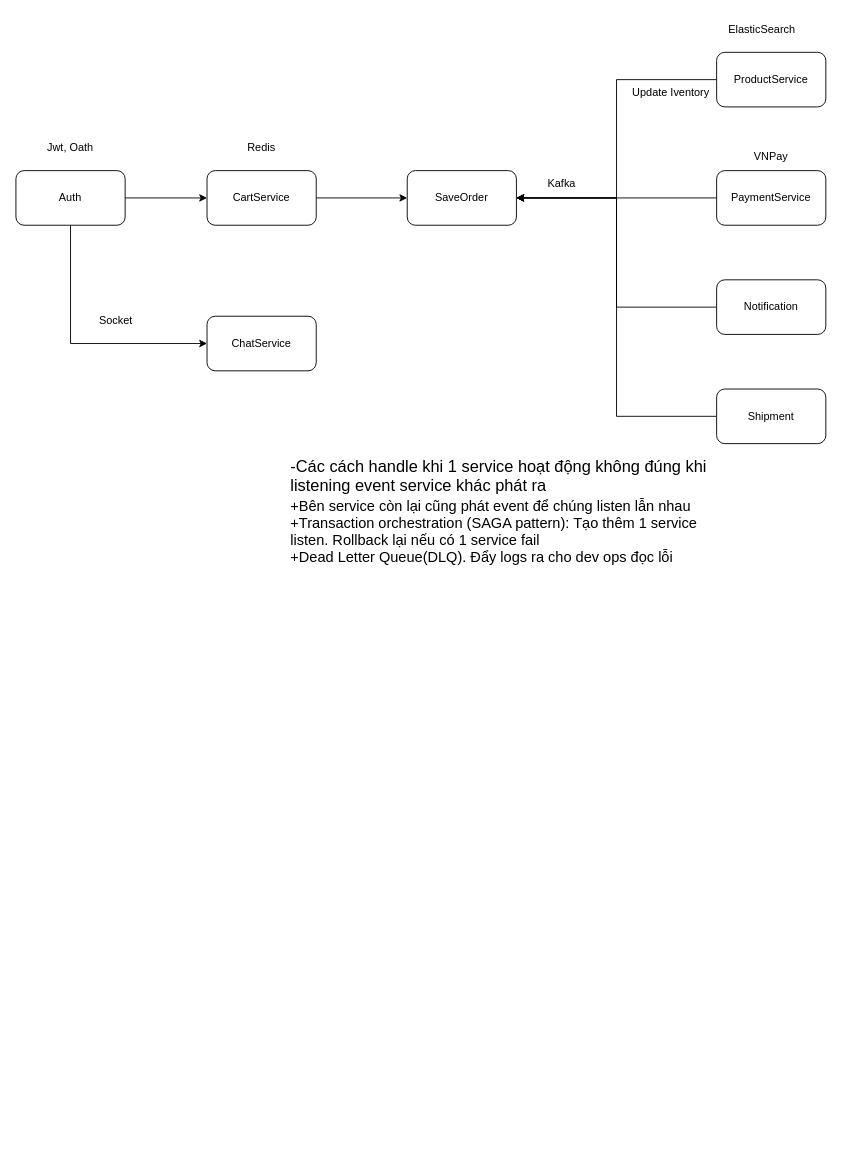
kientt265/-web2-e-commerce-microservices keeps this draw.io diagram as diagram_flow.drawio. Above is the earlier version. Source tidied: cells renumbered, new cells numbered last; positions are measured from the earlier drawing's top-left corner, leaving out a move shared by most shapes. Both pictures are drawn from the tidied source at 91%, with x=0, y=0 at pixel (15, 15).
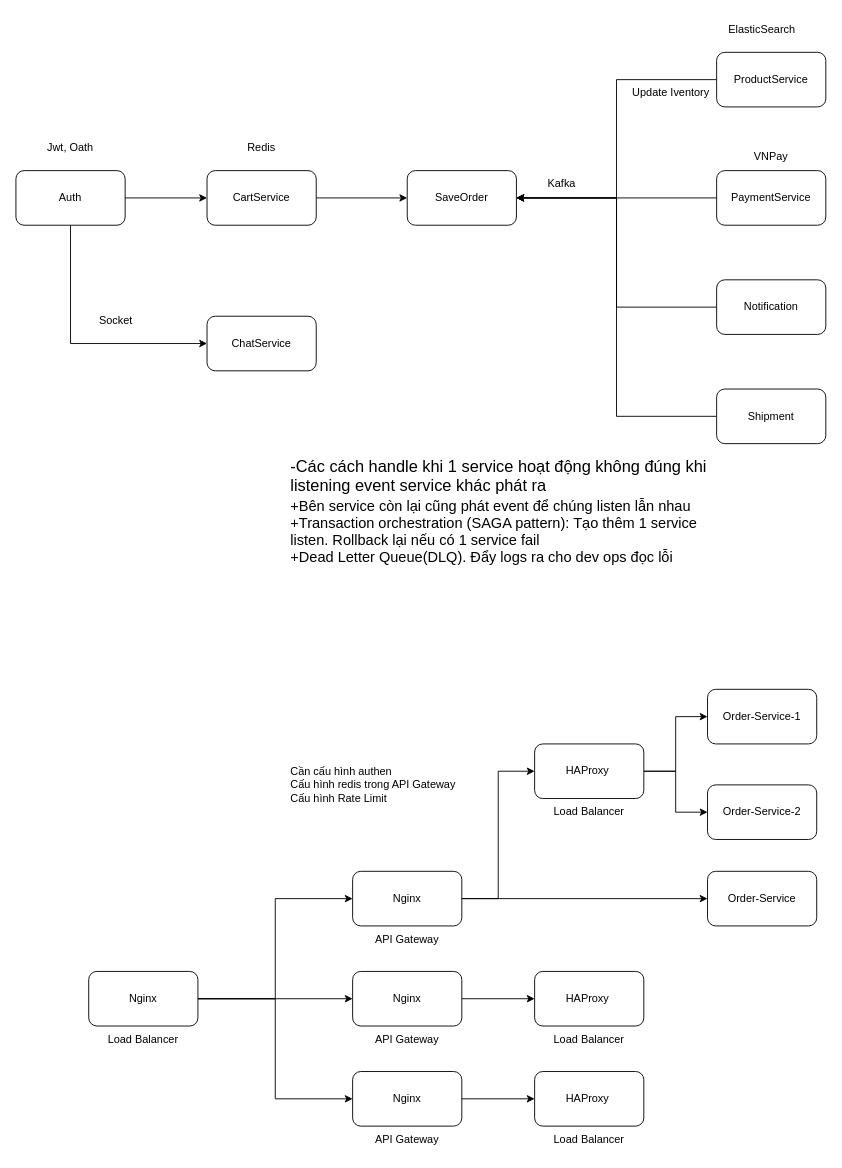
The same diagram, later.

Change to the diagram source:
```diff
@@
+    <mxCell id="25" style="edgeStyle=orthogonalEdgeStyle;rounded=0;jettySize=auto;html=1;exitX=1;exitY=0.5;exitDx=0;exitDy=0;entryX=0;entryY=0.5;entryDx=0;entryDy=0;" parent="1" edge="1" source="28" target="33">
+      <mxGeometry relative="1" as="geometry" />
+    </mxCell>
+    <mxCell id="26" style="edgeStyle=orthogonalEdgeStyle;rounded=0;jettySize=auto;html=1;exitX=1;exitY=0.5;exitDx=0;exitDy=0;entryX=0;entryY=0.5;entryDx=0;entryDy=0;" parent="1" edge="1" source="28" target="30">
+      <mxGeometry relative="1" as="geometry" />
+    </mxCell>
+    <mxCell id="27" style="edgeStyle=orthogonalEdgeStyle;rounded=0;jettySize=auto;html=1;exitX=1;exitY=0.5;exitDx=0;exitDy=0;entryX=0;entryY=0.5;entryDx=0;entryDy=0;" parent="1" edge="1" source="28" target="35">
+      <mxGeometry relative="1" as="geometry" />
+    </mxCell>
+    <mxCell id="28" value="Nginx" style="rounded=1;whiteSpace=wrap;html=1;" parent="1" vertex="1">
+      <mxGeometry x="80" y="1050" width="120" height="60" as="geometry" />
+    </mxCell>
+    <mxCell id="29" style="edgeStyle=orthogonalEdgeStyle;rounded=0;jettySize=auto;html=1;exitX=1;exitY=0.5;exitDx=0;exitDy=0;entryX=0;entryY=0.5;entryDx=0;entryDy=0;" parent="1" edge="1" source="30" target="39">
+      <mxGeometry relative="1" as="geometry" />
+    </mxCell>
+    <mxCell id="30" value="Nginx" style="rounded=1;whiteSpace=wrap;html=1;" parent="1" vertex="1">
+      <mxGeometry x="370" y="1050" width="120" height="60" as="geometry" />
+    </mxCell>
+    <mxCell id="31" style="edgeStyle=orthogonalEdgeStyle;rounded=0;jettySize=auto;html=1;exitX=1;exitY=0.5;exitDx=0;exitDy=0;entryX=0;entryY=0.5;entryDx=0;entryDy=0;" parent="1" edge="1" source="33" target="38">
+      <mxGeometry relative="1" as="geometry" />
+    </mxCell>
+    <mxCell id="32" style="edgeStyle=orthogonalEdgeStyle;rounded=0;jettySize=auto;html=1;exitX=1;exitY=0.5;exitDx=0;exitDy=0;entryX=0;entryY=0.5;entryDx=0;entryDy=0;" parent="1" edge="1" source="33" target="50">
+      <mxGeometry relative="1" as="geometry" />
+    </mxCell>
+    <mxCell id="33" value="Nginx" style="rounded=1;whiteSpace=wrap;html=1;" parent="1" vertex="1">
+      <mxGeometry x="370" y="940" width="120" height="60" as="geometry" />
+    </mxCell>
+    <mxCell id="34" style="edgeStyle=orthogonalEdgeStyle;rounded=0;jettySize=auto;html=1;exitX=1;exitY=0.5;exitDx=0;exitDy=0;entryX=0;entryY=0.5;entryDx=0;entryDy=0;" parent="1" edge="1" source="35" target="40">
+      <mxGeometry relative="1" as="geometry" />
+    </mxCell>
+    <mxCell id="35" value="Nginx" style="rounded=1;whiteSpace=wrap;html=1;" parent="1" vertex="1">
+      <mxGeometry x="370" y="1160" width="120" height="60" as="geometry" />
+    </mxCell>
+    <mxCell id="36" style="edgeStyle=orthogonalEdgeStyle;rounded=0;jettySize=auto;html=1;exitX=1;exitY=0.5;exitDx=0;exitDy=0;entryX=0;entryY=0.5;entryDx=0;entryDy=0;" parent="1" edge="1" source="38" target="48">
+      <mxGeometry relative="1" as="geometry" />
+    </mxCell>
+    <mxCell id="37" style="edgeStyle=orthogonalEdgeStyle;rounded=0;jettySize=auto;html=1;exitX=1;exitY=0.5;exitDx=0;exitDy=0;entryX=0;entryY=0.5;entryDx=0;entryDy=0;" parent="1" edge="1" source="38" target="49">
+      <mxGeometry relative="1" as="geometry" />
+    </mxCell>
+    <mxCell id="38" value="HAProxy&amp;nbsp;" style="rounded=1;whiteSpace=wrap;html=1;" parent="1" vertex="1">
+      <mxGeometry x="570" y="800" width="120" height="60" as="geometry" />
+    </mxCell>
+    <mxCell id="39" value="HAProxy&amp;nbsp;" style="rounded=1;whiteSpace=wrap;html=1;" parent="1" vertex="1">
+      <mxGeometry x="570" y="1050" width="120" height="60" as="geometry" />
+    </mxCell>
+    <mxCell id="40" value="HAProxy&amp;nbsp;" style="rounded=1;whiteSpace=wrap;html=1;" parent="1" vertex="1">
+      <mxGeometry x="570" y="1160" width="120" height="60" as="geometry" />
+    </mxCell>
+    <mxCell id="41" value="Load Balancer" style="text;html=1;align=center;verticalAlign=middle;whiteSpace=wrap;rounded=0;" parent="1" vertex="1">
+      <mxGeometry x="95" y="1110" width="90" height="30" as="geometry" />
+    </mxCell>
+    <mxCell id="42" value="Load Balancer" style="text;html=1;align=center;verticalAlign=middle;whiteSpace=wrap;rounded=0;" parent="1" vertex="1">
+      <mxGeometry x="585" y="860" width="90" height="30" as="geometry" />
+    </mxCell>
+    <mxCell id="43" value="Load Balancer" style="text;html=1;align=center;verticalAlign=middle;whiteSpace=wrap;rounded=0;" parent="1" vertex="1">
+      <mxGeometry x="585" y="1110" width="90" height="30" as="geometry" />
+    </mxCell>
+    <mxCell id="44" value="Load Balancer" style="text;html=1;align=center;verticalAlign=middle;whiteSpace=wrap;rounded=0;" parent="1" vertex="1">
+      <mxGeometry x="585" y="1220" width="90" height="30" as="geometry" />
+    </mxCell>
+    <mxCell id="45" value="API Gateway" style="text;html=1;align=center;verticalAlign=middle;whiteSpace=wrap;rounded=0;" parent="1" vertex="1">
+      <mxGeometry x="390" y="1000" width="80" height="30" as="geometry" />
+    </mxCell>
+    <mxCell id="46" value="API Gateway" style="text;html=1;align=center;verticalAlign=middle;whiteSpace=wrap;rounded=0;" parent="1" vertex="1">
+      <mxGeometry x="390" y="1110" width="80" height="30" as="geometry" />
+    </mxCell>
+    <mxCell id="47" value="API Gateway" style="text;html=1;align=center;verticalAlign=middle;whiteSpace=wrap;rounded=0;" parent="1" vertex="1">
+      <mxGeometry x="390" y="1220" width="80" height="30" as="geometry" />
+    </mxCell>
+    <mxCell id="48" value="Order-Service-1" style="rounded=1;whiteSpace=wrap;html=1;" parent="1" vertex="1">
+      <mxGeometry x="760" y="740" width="120" height="60" as="geometry" />
+    </mxCell>
+    <mxCell id="49" value="Order-Service-2" style="rounded=1;whiteSpace=wrap;html=1;" parent="1" vertex="1">
+      <mxGeometry x="760" y="845" width="120" height="60" as="geometry" />
+    </mxCell>
+    <mxCell id="50" value="Order-Service" style="rounded=1;whiteSpace=wrap;html=1;" parent="1" vertex="1">
+      <mxGeometry x="760" y="940" width="120" height="60" as="geometry" />
+    </mxCell>
+    <mxCell id="51" value="Cần cấu hình authen&lt;div&gt;Cấu hình redis trong API Gateway&lt;/div&gt;&lt;div&gt;Cấu hình Rate Limit&lt;/div&gt;" style="text;html=1;align=left;verticalAlign=middle;whiteSpace=wrap;rounded=0;" parent="1" vertex="1">
+      <mxGeometry x="300" y="830" width="240" height="30" as="geometry" />
+    </mxCell>
```
